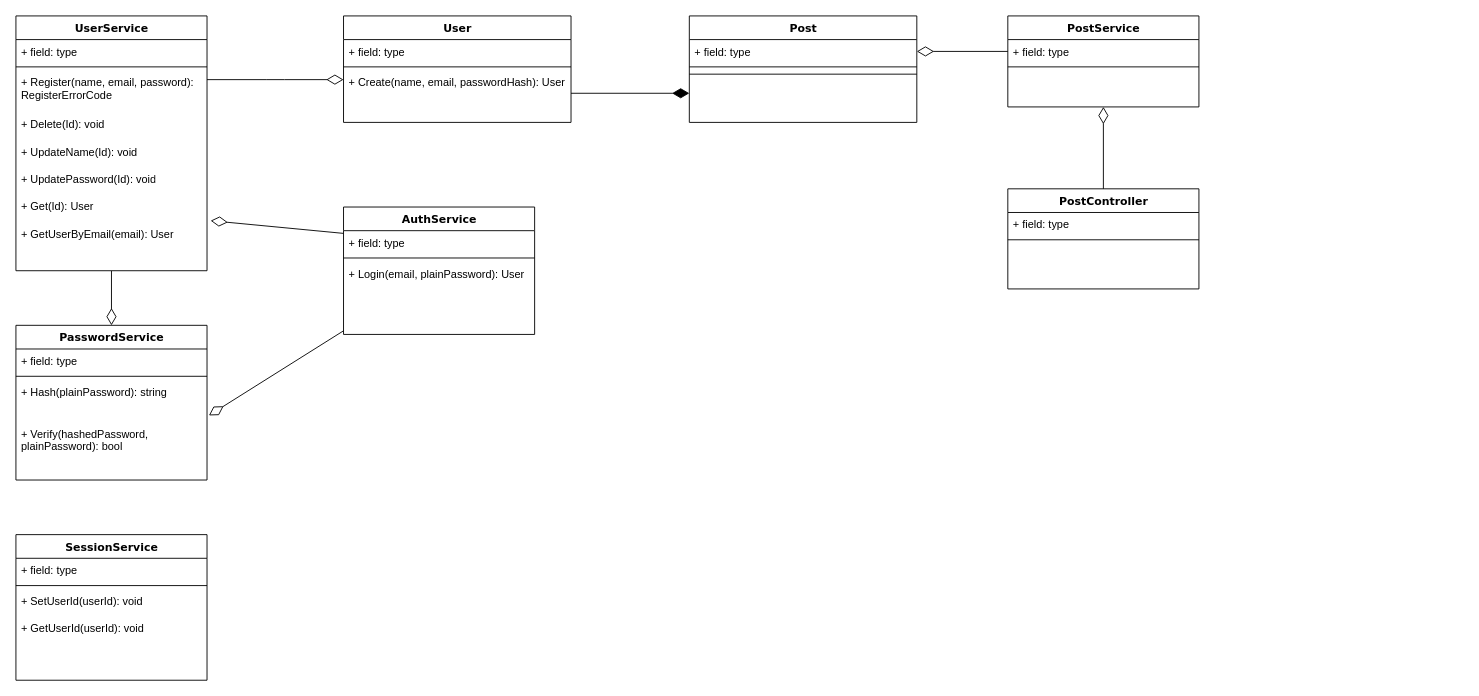
The draw.io diagram App/Documents/ClassDiagram.drawio in KakoFujimoto/MinTwitterApp, before the edit. Source tidied: cells renumbered, new cells numbered last; positions are measured from the earlier drawing's top-left corner, leaving out a move shared by most shapes. Both pictures are drawn from the tidied source at 91%, with x=0, y=0 at pixel (15, 15).
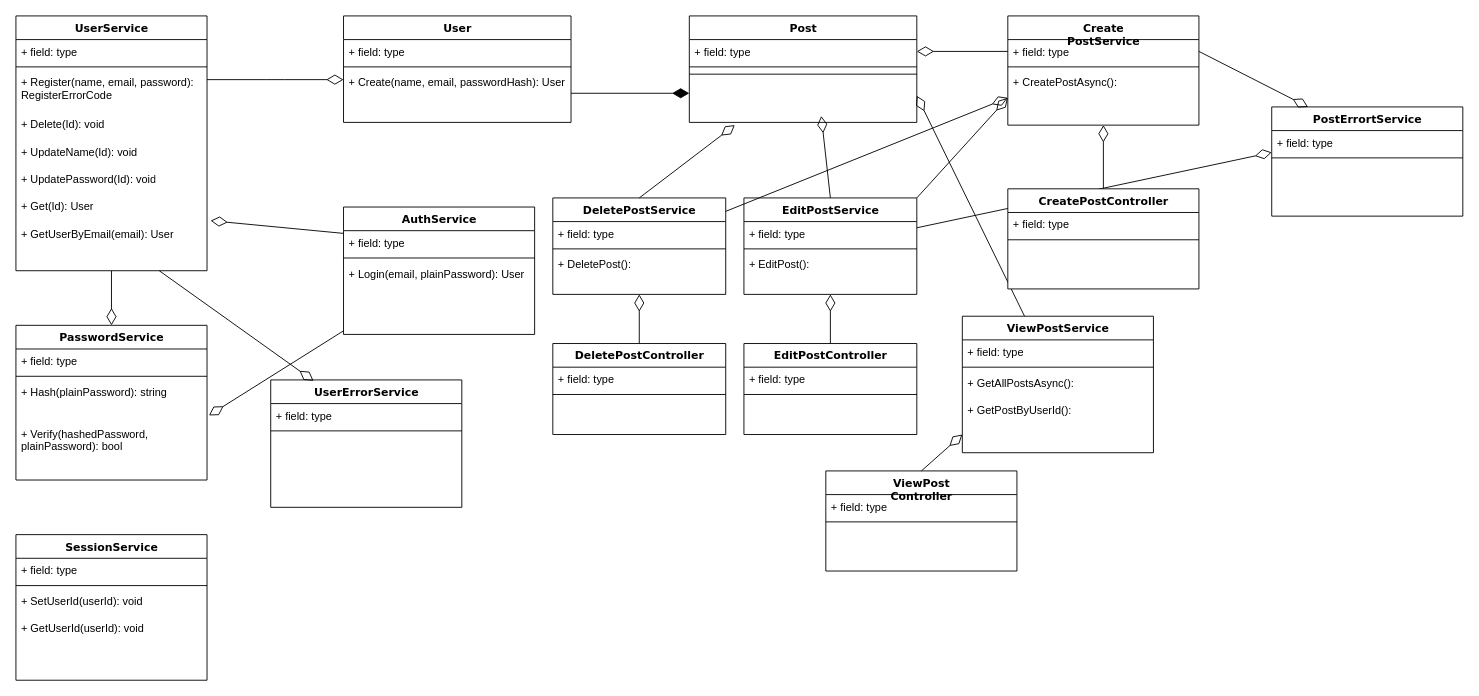
The same diagram, later.

Unchanged cells that the change refers to:
```xml
<mxCell id="3" value="UserService" style="swimlane;html=1;fontStyle=1;align=center;verticalAlign=top;horizontal=1;startSize=26;swimlaneFillColor=#ffffff;rounded=0;shadow=0;comic=0;labelBackgroundColor=none;strokeWidth=1;fillColor=none;fontFamily=Verdana;fontSize=12;" parent="1" vertex="1">
  <mxGeometry width="210" height="280" as="geometry" />
</mxCell>
<mxCell id="15" value="+ Create(name, email, passwordHash): User" style="text;html=1;strokeColor=none;fillColor=none;align=left;verticalAlign=top;spacingLeft=4;spacingRight=4;whiteSpace=wrap;overflow=hidden;points=[[0,0.5],[1,0.5]];portConstraint=eastwest;" parent="12" vertex="1">
  <mxGeometry y="60" width="250" height="50" as="geometry" />
</mxCell>
<mxCell id="33" value="Post" style="swimlane;html=1;fontStyle=1;align=center;verticalAlign=top;horizontal=1;startSize=26;swimlaneFillColor=#ffffff;rounded=0;shadow=0;comic=0;labelBackgroundColor=none;strokeWidth=1;fillColor=none;fontFamily=Verdana;fontSize=12;" parent="1" vertex="1">
  <mxGeometry x="740" width="250" height="117" as="geometry" />
</mxCell>
<mxCell id="38" value="+ field: type" style="text;html=1;strokeColor=none;fillColor=none;align=left;verticalAlign=top;spacingLeft=4;spacingRight=4;whiteSpace=wrap;overflow=hidden;points=[[0,0.5],[1,0.5]];portConstraint=eastwest;" parent="37" vertex="1">
  <mxGeometry y="26" width="210" height="26" as="geometry" />
</mxCell>
```

What changed in the source:
```diff
@@
+    <mxCell id="46" style="edgeStyle=none;html=1;entryX=0;entryY=0.923;entryDx=0;entryDy=0;entryPerimeter=0;endArrow=diamondThin;endFill=0;endSize=16;" parent="1" edge="1" source="50" target="79">
+      <mxGeometry relative="1" as="geometry" />
+    </mxCell>
@@
-    <mxCell id="37" value="PostService" style="swimlane;html=1;fontStyle=1;align=center;verticalAlign=top;horizontal=1;startSize=26;swimlaneFillColor=#ffffff;rounded=0;shadow=0;comic=0;labelBackgroundColor=none;strokeWidth=1;fillColor=none;fontFamily=Verdana;fontSize=12;" parent="1" vertex="1">
-      <mxGeometry x="1090" width="210" height="100" as="geometry" />
+    <mxCell id="37" value="Create&lt;div&gt;PostService&lt;/div&gt;" style="swimlane;html=1;fontStyle=1;align=center;verticalAlign=top;horizontal=1;startSize=26;swimlaneFillColor=#ffffff;rounded=0;shadow=0;comic=0;labelBackgroundColor=none;strokeWidth=1;fillColor=none;fontFamily=Verdana;fontSize=12;" parent="1" vertex="1">
+      <mxGeometry x="1090" width="210" height="120" as="geometry" />
     </mxCell>
@@
+    <mxCell id="47" value="+ CreatePostAsync():" style="text;html=1;strokeColor=none;fillColor=none;align=left;verticalAlign=top;spacingLeft=4;spacingRight=4;whiteSpace=wrap;overflow=hidden;" parent="37" vertex="1">
+      <mxGeometry y="60" width="210" height="30" as="geometry" />
+    </mxCell>
@@
+    <mxCell id="45" style="edgeStyle=none;html=1;exitX=1;exitY=0.5;exitDx=0;exitDy=0;endArrow=diamondThin;endFill=1;startSize=16;strokeWidth=1;endSize=16;" parent="1" edge="1" source="15">
+      <mxGeometry relative="1" as="geometry">
+        <mxPoint x="740" y="85" as="targetPoint" />
+      </mxGeometry>
+    </mxCell>
+    <mxCell id="48" style="edgeStyle=none;html=1;exitX=1;exitY=0;exitDx=0;exitDy=0;endArrow=diamondThin;endFill=0;endSize=16;" parent="1" edge="1" source="50">
+      <mxGeometry relative="1" as="geometry">
+        <mxPoint x="1090" y="90" as="targetPoint" />
+      </mxGeometry>
+    </mxCell>
+    <mxCell id="49" style="edgeStyle=none;html=1;exitX=0.5;exitY=0;exitDx=0;exitDy=0;endArrow=diamondThin;endFill=0;endSize=16;" parent="1" edge="1" source="50">
+      <mxGeometry relative="1" as="geometry">
+        <mxPoint x="885" y="110" as="targetPoint" />
+      </mxGeometry>
+    </mxCell>
+    <mxCell id="50" value="EditPostService" style="swimlane;html=1;fontStyle=1;align=center;verticalAlign=top;horizontal=1;startSize=26;swimlaneFillColor=#ffffff;rounded=0;shadow=0;comic=0;labelBackgroundColor=none;strokeWidth=1;fillColor=none;fontFamily=Verdana;fontSize=12;" parent="1" vertex="1">
+      <mxGeometry x="800" y="200" width="190" height="106" as="geometry" />
+    </mxCell>
+    <mxCell id="51" value="+ field: type" style="text;html=1;strokeColor=none;fillColor=none;align=left;verticalAlign=top;spacingLeft=4;spacingRight=4;whiteSpace=wrap;overflow=hidden;" parent="50" vertex="1">
+      <mxGeometry y="26" width="190" height="26" as="geometry" />
+    </mxCell>
+    <mxCell id="52" style="line;html=1;strokeWidth=1;fillColor=none;align=left;verticalAlign=middle;spacingTop=-1;spacingLeft=3;spacingRight=3;labelPosition=right;" parent="50" vertex="1">
+      <mxGeometry y="52" width="190" height="8" as="geometry" />
+    </mxCell>
+    <mxCell id="53" value="+ EditPost():" style="text;html=1;strokeColor=none;fillColor=none;align=left;verticalAlign=top;spacingLeft=4;spacingRight=4;whiteSpace=wrap;overflow=hidden;" parent="50" vertex="1">
+      <mxGeometry y="60" width="190" height="46" as="geometry" />
+    </mxCell>
+    <mxCell id="54" style="edgeStyle=none;html=1;exitX=0.5;exitY=0;exitDx=0;exitDy=0;entryX=0.5;entryY=1;entryDx=0;entryDy=0;endArrow=diamondThin;endFill=0;endSize=16;" parent="1" edge="1" source="55" target="50">
+      <mxGeometry relative="1" as="geometry" />
+    </mxCell>
+    <mxCell id="55" value="EditPostController" style="swimlane;html=1;fontStyle=1;align=center;verticalAlign=top;horizontal=1;startSize=26;swimlaneFillColor=#ffffff;rounded=0;shadow=0;comic=0;labelBackgroundColor=none;strokeWidth=1;fillColor=none;fontFamily=Verdana;fontSize=12;" parent="1" vertex="1">
+      <mxGeometry x="800" y="360" width="190" height="100" as="geometry" />
+    </mxCell>
+    <mxCell id="56" value="+ field: type" style="text;html=1;strokeColor=none;fillColor=none;align=left;verticalAlign=top;spacingLeft=4;spacingRight=4;whiteSpace=wrap;overflow=hidden;" parent="55" vertex="1">
+      <mxGeometry y="26" width="190" height="26" as="geometry" />
+    </mxCell>
+    <mxCell id="57" style="line;html=1;strokeWidth=1;fillColor=none;align=left;verticalAlign=middle;spacingTop=-1;spacingLeft=3;spacingRight=3;labelPosition=right;" parent="55" vertex="1">
+      <mxGeometry y="52" width="190" height="8" as="geometry" />
+    </mxCell>
+    <mxCell id="58" style="edgeStyle=none;html=1;exitX=0.5;exitY=0;exitDx=0;exitDy=0;endArrow=diamondThin;endFill=0;endSize=16;" parent="1" edge="1" source="60">
+      <mxGeometry relative="1" as="geometry">
+        <mxPoint x="790" y="120" as="targetPoint" />
+      </mxGeometry>
+    </mxCell>
+    <mxCell id="59" style="edgeStyle=none;html=1;endArrow=diamondThin;endFill=0;endSize=16;" parent="1" edge="1" source="60">
+      <mxGeometry relative="1" as="geometry">
+        <mxPoint x="1090" y="90" as="targetPoint" />
+      </mxGeometry>
+    </mxCell>
+    <mxCell id="60" value="DeletePostService" style="swimlane;html=1;fontStyle=1;align=center;verticalAlign=top;horizontal=1;startSize=26;swimlaneFillColor=#ffffff;rounded=0;shadow=0;comic=0;labelBackgroundColor=none;strokeWidth=1;fillColor=none;fontFamily=Verdana;fontSize=12;" parent="1" vertex="1">
+      <mxGeometry x="590" y="200" width="190" height="106" as="geometry" />
+    </mxCell>
+    <mxCell id="61" value="+ field: type" style="text;html=1;strokeColor=none;fillColor=none;align=left;verticalAlign=top;spacingLeft=4;spacingRight=4;whiteSpace=wrap;overflow=hidden;" parent="60" vertex="1">
+      <mxGeometry y="26" width="190" height="26" as="geometry" />
+    </mxCell>
+    <mxCell id="62" style="line;html=1;strokeWidth=1;fillColor=none;align=left;verticalAlign=middle;spacingTop=-1;spacingLeft=3;spacingRight=3;labelPosition=right;" parent="60" vertex="1">
+      <mxGeometry y="52" width="190" height="8" as="geometry" />
+    </mxCell>
+    <mxCell id="63" value="+ DeletePost():" style="text;html=1;strokeColor=none;fillColor=none;align=left;verticalAlign=top;spacingLeft=4;spacingRight=4;whiteSpace=wrap;overflow=hidden;" parent="60" vertex="1">
+      <mxGeometry y="60" width="190" height="46" as="geometry" />
+    </mxCell>
+    <mxCell id="64" style="edgeStyle=none;html=1;exitX=0.5;exitY=0;exitDx=0;exitDy=0;entryX=0.5;entryY=1;entryDx=0;entryDy=0;endArrow=diamondThin;endFill=0;endSize=16;" parent="1" edge="1" source="65" target="60">
+      <mxGeometry relative="1" as="geometry" />
+    </mxCell>
+    <mxCell id="65" value="DeletePostController" style="swimlane;html=1;fontStyle=1;align=center;verticalAlign=top;horizontal=1;startSize=26;swimlaneFillColor=#ffffff;rounded=0;shadow=0;comic=0;labelBackgroundColor=none;strokeWidth=1;fillColor=none;fontFamily=Verdana;fontSize=12;" parent="1" vertex="1">
+      <mxGeometry x="590" y="360" width="190" height="100" as="geometry" />
+    </mxCell>
+    <mxCell id="66" value="+ field: type" style="text;html=1;strokeColor=none;fillColor=none;align=left;verticalAlign=top;spacingLeft=4;spacingRight=4;whiteSpace=wrap;overflow=hidden;" parent="65" vertex="1">
+      <mxGeometry y="26" width="190" height="26" as="geometry" />
+    </mxCell>
+    <mxCell id="67" style="line;html=1;strokeWidth=1;fillColor=none;align=left;verticalAlign=middle;spacingTop=-1;spacingLeft=3;spacingRight=3;labelPosition=right;" parent="65" vertex="1">
+      <mxGeometry y="52" width="190" height="8" as="geometry" />
+    </mxCell>
+    <mxCell id="68" style="edgeStyle=none;html=1;entryX=1;entryY=0.75;entryDx=0;entryDy=0;endArrow=diamondThin;endFill=0;endSize=16;" parent="1" edge="1" source="69" target="33">
+      <mxGeometry relative="1" as="geometry" />
+    </mxCell>
+    <mxCell id="69" value="ViewPostService&lt;div&gt;&lt;br&gt;&lt;/div&gt;" style="swimlane;html=1;fontStyle=1;align=center;verticalAlign=top;horizontal=1;startSize=26;swimlaneFillColor=#ffffff;rounded=0;shadow=0;comic=0;labelBackgroundColor=none;strokeWidth=1;fillColor=none;fontFamily=Verdana;fontSize=12;" parent="1" vertex="1">
+      <mxGeometry x="1040" y="330" width="210" height="150" as="geometry" />
+    </mxCell>
+    <mxCell id="70" value="+ field: type" style="text;html=1;strokeColor=none;fillColor=none;align=left;verticalAlign=top;spacingLeft=4;spacingRight=4;whiteSpace=wrap;overflow=hidden;" parent="69" vertex="1">
+      <mxGeometry y="26" width="210" height="26" as="geometry" />
+    </mxCell>
+    <mxCell id="71" style="line;html=1;strokeWidth=1;fillColor=none;align=left;verticalAlign=middle;spacingTop=-1;spacingLeft=3;spacingRight=3;labelPosition=right;" parent="69" vertex="1">
+      <mxGeometry y="52" width="210" height="8" as="geometry" />
+    </mxCell>
+    <mxCell id="72" value="+ GetAllPostsAsync():" style="text;html=1;strokeColor=none;fillColor=none;align=left;verticalAlign=top;spacingLeft=4;spacingRight=4;whiteSpace=wrap;overflow=hidden;" parent="69" vertex="1">
+      <mxGeometry y="60" width="210" height="30" as="geometry" />
+    </mxCell>
+    <mxCell id="73" value="+ GetPostByUserId():" style="text;html=1;strokeColor=none;fillColor=none;align=left;verticalAlign=top;spacingLeft=4;spacingRight=4;whiteSpace=wrap;overflow=hidden;" parent="69" vertex="1">
+      <mxGeometry y="90" width="210" height="30" as="geometry" />
+    </mxCell>
+    <mxCell id="74" style="edgeStyle=none;html=1;exitX=0.5;exitY=0;exitDx=0;exitDy=0;endArrow=diamondThin;endFill=0;endSize=16;" parent="1" edge="1" source="75">
+      <mxGeometry relative="1" as="geometry">
+        <mxPoint x="1040" y="460" as="targetPoint" />
+      </mxGeometry>
+    </mxCell>
+    <mxCell id="75" value="ViewPost&lt;div&gt;Controller&lt;/div&gt;" style="swimlane;html=1;fontStyle=1;align=center;verticalAlign=top;horizontal=1;startSize=26;swimlaneFillColor=#ffffff;rounded=0;shadow=0;comic=0;labelBackgroundColor=none;strokeWidth=1;fillColor=none;fontFamily=Verdana;fontSize=12;" parent="1" vertex="1">
+      <mxGeometry x="890" y="500" width="210" height="110" as="geometry" />
+    </mxCell>
+    <mxCell id="76" value="+ field: type" style="text;html=1;strokeColor=none;fillColor=none;align=left;verticalAlign=top;spacingLeft=4;spacingRight=4;whiteSpace=wrap;overflow=hidden;" parent="75" vertex="1">
+      <mxGeometry y="26" width="210" height="26" as="geometry" />
+    </mxCell>
+    <mxCell id="77" style="line;html=1;strokeWidth=1;fillColor=none;align=left;verticalAlign=middle;spacingTop=-1;spacingLeft=3;spacingRight=3;labelPosition=right;" parent="75" vertex="1">
+      <mxGeometry y="52" width="210" height="8" as="geometry" />
+    </mxCell>
+    <mxCell id="78" value="&lt;div&gt;PostErrortService&lt;/div&gt;" style="swimlane;html=1;fontStyle=1;align=center;verticalAlign=top;horizontal=1;startSize=26;swimlaneFillColor=#ffffff;rounded=0;shadow=0;comic=0;labelBackgroundColor=none;strokeWidth=1;fillColor=none;fontFamily=Verdana;fontSize=12;" parent="1" vertex="1">
+      <mxGeometry x="1380" y="100" width="210" height="120" as="geometry" />
+    </mxCell>
+    <mxCell id="79" value="+ field: type" style="text;html=1;strokeColor=none;fillColor=none;align=left;verticalAlign=top;spacingLeft=4;spacingRight=4;whiteSpace=wrap;overflow=hidden;points=[[0,0.5],[1,0.5]];portConstraint=eastwest;" parent="78" vertex="1">
+      <mxGeometry y="26" width="210" height="26" as="geometry" />
+    </mxCell>
+    <mxCell id="80" style="line;html=1;strokeWidth=1;fillColor=none;align=left;verticalAlign=middle;spacingTop=-1;spacingLeft=3;spacingRight=3;labelPosition=right;" parent="78" vertex="1">
+      <mxGeometry y="52" width="210" height="8" as="geometry" />
+    </mxCell>
+    <mxCell id="81" style="edgeStyle=none;html=1;exitX=1;exitY=0.5;exitDx=0;exitDy=0;entryX=0.19;entryY=0;entryDx=0;entryDy=0;entryPerimeter=0;endArrow=diamondThin;endFill=0;endSize=16;" parent="1" edge="1" source="38" target="78">
+      <mxGeometry relative="1" as="geometry" />
+    </mxCell>
-    <mxCell id="42" value="PostController" style="swimlane;html=1;fontStyle=1;align=center;verticalAlign=top;horizontal=1;startSize=26;swimlaneFillColor=#ffffff;rounded=0;shadow=0;comic=0;labelBackgroundColor=none;strokeWidth=1;fillColor=none;fontFamily=Verdana;fontSize=12;" parent="1" vertex="1">
+    <mxCell id="42" value="CreatePostController" style="swimlane;html=1;fontStyle=1;align=center;verticalAlign=top;horizontal=1;startSize=26;swimlaneFillColor=#ffffff;rounded=0;shadow=0;comic=0;labelBackgroundColor=none;strokeWidth=1;fontFamily=Verdana;fontSize=12;" parent="1" vertex="1">
       <mxGeometry x="1090" y="190" width="210" height="110" as="geometry" />
     </mxCell>
@@
-    <mxCell id="45" style="edgeStyle=none;html=1;exitX=1;exitY=0.5;exitDx=0;exitDy=0;endArrow=diamondThin;endFill=1;startSize=16;strokeWidth=1;endSize=16;" parent="1" edge="1" source="15">
-      <mxGeometry relative="1" as="geometry">
-        <mxPoint x="740" y="85" as="targetPoint" />
-      </mxGeometry>
-    </mxCell>
+    <mxCell id="82" value="UserErrorService" style="swimlane;html=1;fontStyle=1;align=center;verticalAlign=top;horizontal=1;startSize=26;swimlaneFillColor=#ffffff;rounded=0;shadow=0;comic=0;labelBackgroundColor=none;strokeWidth=1;fillColor=none;fontFamily=Verdana;fontSize=12;" parent="1" vertex="1">
+      <mxGeometry x="280" y="400" width="210" height="140" as="geometry" />
+    </mxCell>
+    <mxCell id="83" value="+ field: type" style="text;html=1;strokeColor=none;fillColor=none;align=left;verticalAlign=top;spacingLeft=4;spacingRight=4;whiteSpace=wrap;overflow=hidden;" parent="82" vertex="1">
+      <mxGeometry y="26" width="210" height="26" as="geometry" />
+    </mxCell>
+    <mxCell id="84" style="line;html=1;strokeWidth=1;fillColor=none;align=left;verticalAlign=middle;spacingTop=-1;spacingLeft=3;spacingRight=3;labelPosition=right;" parent="82" vertex="1">
+      <mxGeometry y="52" width="210" height="8" as="geometry" />
+    </mxCell>
+    <mxCell id="85" style="edgeStyle=none;html=1;exitX=0.75;exitY=1;exitDx=0;exitDy=0;entryX=0.224;entryY=0.007;entryDx=0;entryDy=0;entryPerimeter=0;endArrow=diamondThin;endFill=0;endSize=16;" parent="1" edge="1" source="3" target="82">
+      <mxGeometry relative="1" as="geometry" />
+    </mxCell>
```
